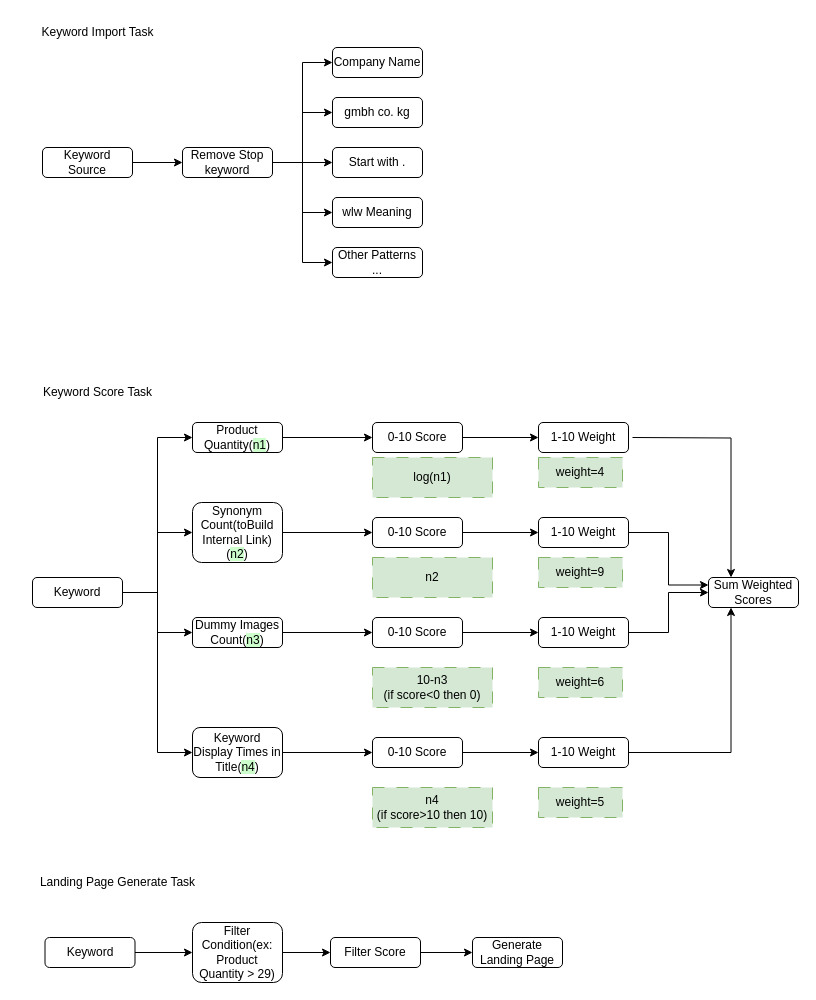
Above: drawio/keywordanalyze.drawio in VisableHarry/seo-drawio (draw.io), before the change. Source tidied: cells renumbered, new cells numbered last; positions are measured from the earlier drawing's top-left corner, leaving out a move shared by most shapes. Both pictures are drawn from the tidied source at 100%, with x=0, y=0 at pixel (27, 17).
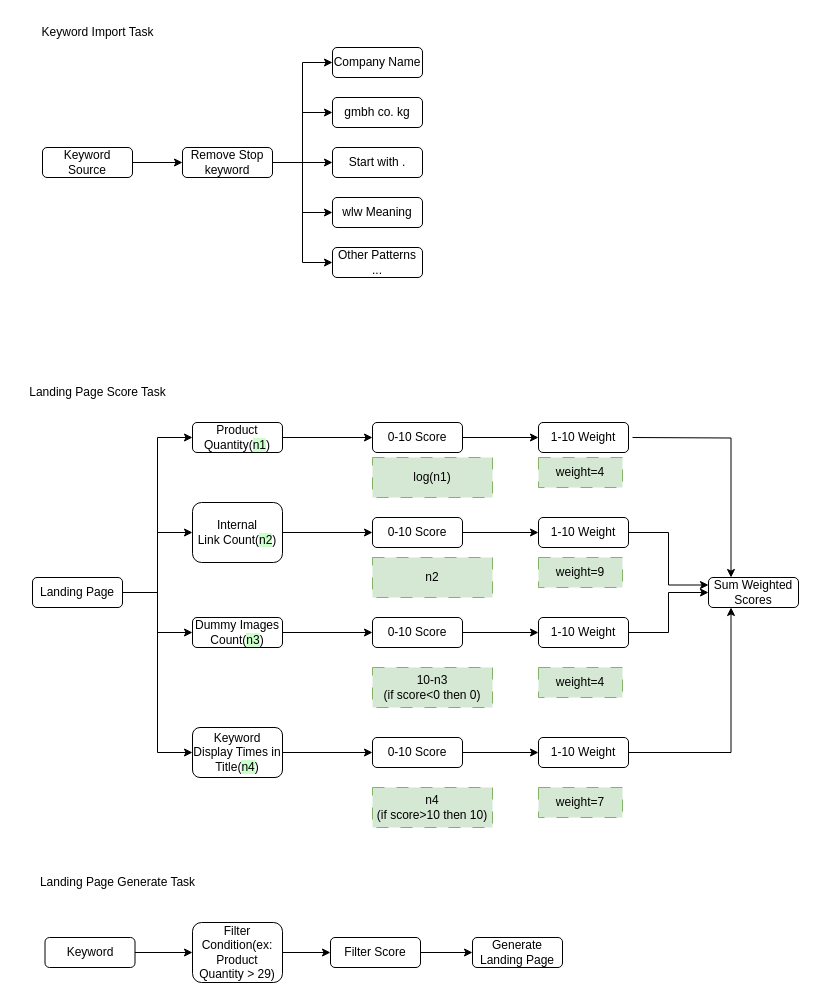
Above is the later version.

Change to the diagram source:
```diff
@@
-    <mxCell id="19" value="Synonym Count(toBuild Internal Link)(&lt;span style=&quot;background-color: rgb(204, 255, 204);&quot;&gt;n2&lt;/span&gt;)" style="rounded=1;whiteSpace=wrap;html=1;" parent="1" vertex="1">
+    <mxCell id="19" value="Internal Link&amp;nbsp;Count(&lt;span style=&quot;background-color: rgb(204, 255, 204);&quot;&gt;n2&lt;/span&gt;)" style="rounded=1;whiteSpace=wrap;html=1;" parent="1" vertex="1">
       <mxGeometry x="165" y="485" width="90" height="60" as="geometry" />
     </mxCell>
@@
-    <mxCell id="23" value="Keyword Score Task" style="text;html=1;align=center;verticalAlign=middle;strokeColor=none;fillColor=none;" parent="1" vertex="1">
-      <mxGeometry x="5" y="360" width="130" height="30" as="geometry" />
+    <mxCell id="23" value="Landing Page Score Task" style="text;html=1;align=center;verticalAlign=middle;strokeColor=none;fillColor=none;" parent="1" vertex="1">
+      <mxGeometry x="-10" y="360" width="160" height="30" as="geometry" />
     </mxCell>
@@
-    <mxCell id="31" value="Keyword" style="rounded=1;whiteSpace=wrap;html=1;" parent="1" vertex="1">
+    <mxCell id="31" value="Landing Page" style="rounded=1;whiteSpace=wrap;html=1;" parent="1" vertex="1">
       <mxGeometry x="5" y="560" width="90" height="30" as="geometry" />
     </mxCell>
@@
-    <mxCell id="59" value="weight=6" style="rounded=0;whiteSpace=wrap;html=1;fillColor=#d5e8d4;strokeColor=#82b366;dashed=1;dashPattern=12 12;" parent="1" vertex="1">
+    <mxCell id="59" value="weight=4" style="rounded=0;whiteSpace=wrap;html=1;fillColor=#d5e8d4;strokeColor=#82b366;dashed=1;dashPattern=12 12;" parent="1" vertex="1">
       <mxGeometry x="511" y="650" width="84" height="30" as="geometry" />
     </mxCell>
-    <mxCell id="60" value="weight=5" style="rounded=0;whiteSpace=wrap;html=1;fillColor=#d5e8d4;strokeColor=#82b366;dashed=1;dashPattern=12 12;" parent="1" vertex="1">
+    <mxCell id="60" value="weight=7" style="rounded=0;whiteSpace=wrap;html=1;fillColor=#d5e8d4;strokeColor=#82b366;dashed=1;dashPattern=12 12;" parent="1" vertex="1">
       <mxGeometry x="511" y="770" width="84" height="30" as="geometry" />
     </mxCell>
```
